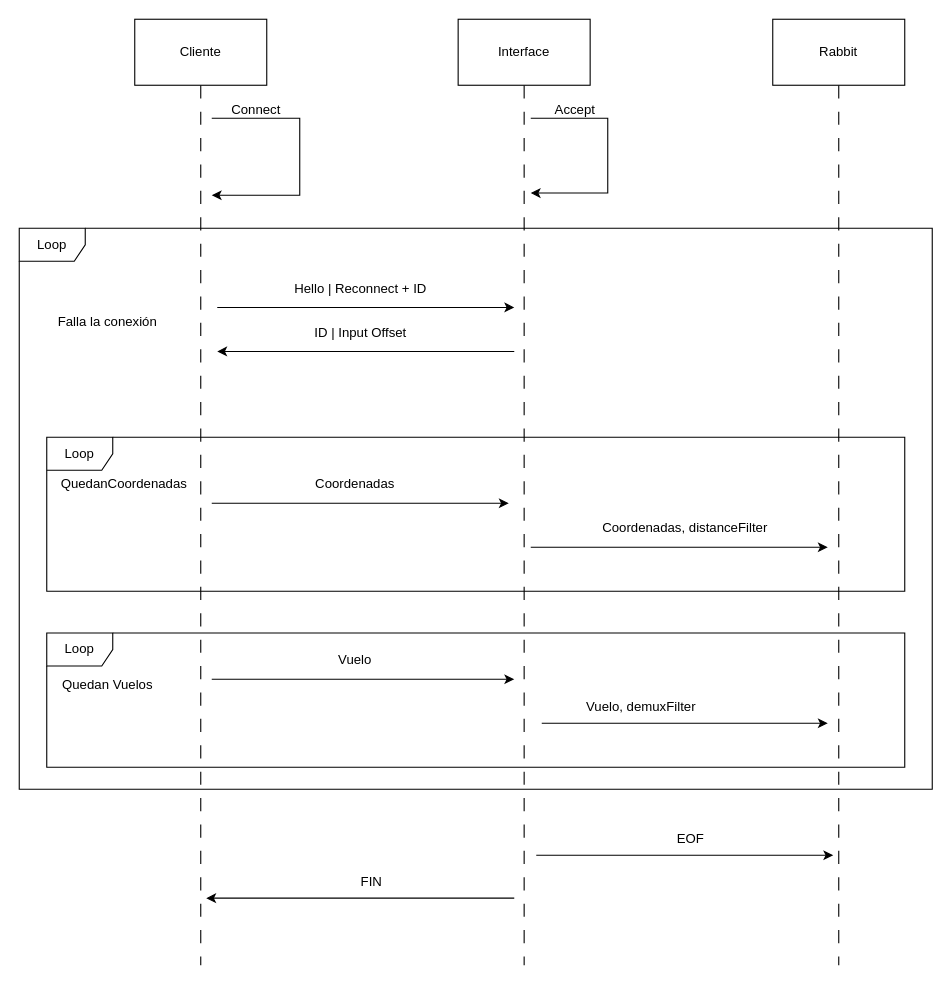
Above: page "ConeccionYEnvioDeDatos" (2 of 5) of docs/diagramas/SecuenciaDistribuidos.drawio in FranciscoPereira987/tp1-distribuidos-grupo5 (draw.io), before the change. Source tidied: cells renumbered, new cells numbered last; positions are measured from the earlier drawing's top-left corner, leaving out a move shared by most shapes. Both pictures are drawn from the tidied source at 110%, with x=0, y=0 at pixel (19, 19).
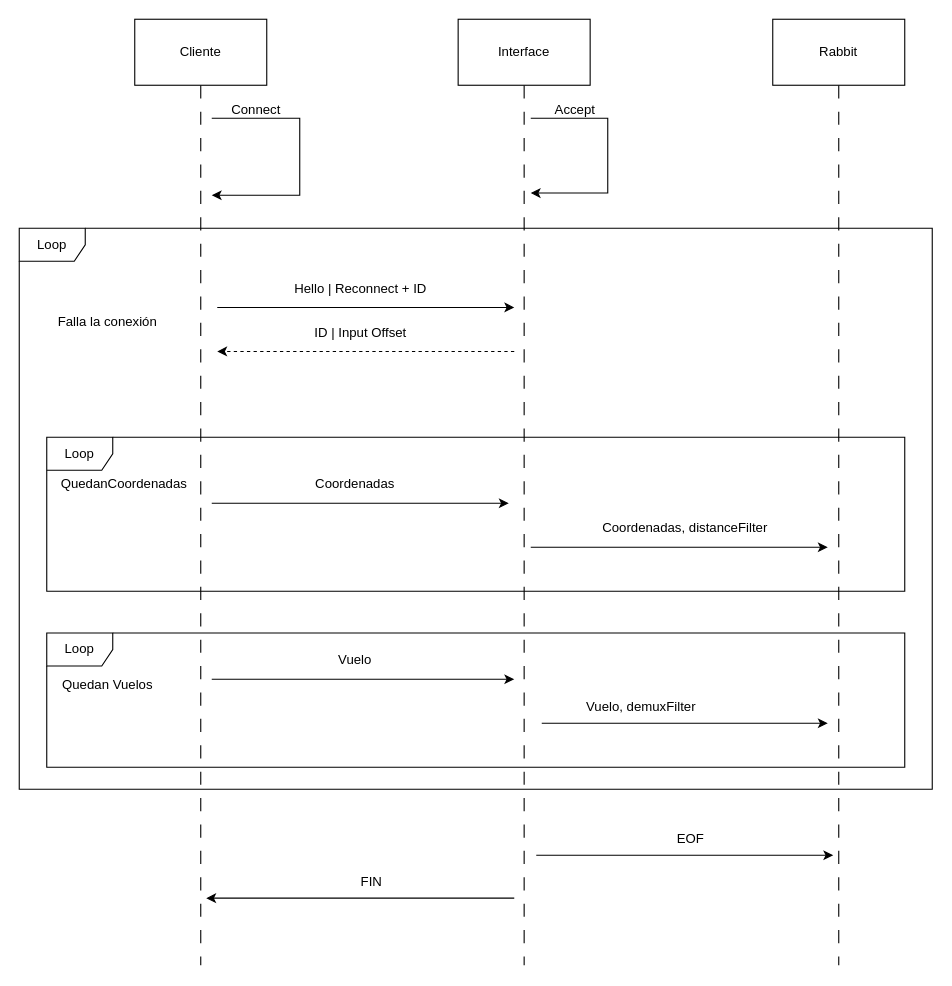
Above is the later version.

The edit, as a diff of the source:
```diff
@@
-    <mxCell id="10" style="endArrow=classic;html=1;rounded=0;" parent="1" edge="1">
+    <mxCell id="10" style="endArrow=classic;html=1;rounded=0;dashed=1;" parent="1" edge="1">
       <mxGeometry relative="1" as="geometry">
         <mxPoint x="450" y="302" as="sourcePoint" />
         <mxPoint x="180" y="302" as="targetPoint" />
       </mxGeometry>
     </mxCell>
```
